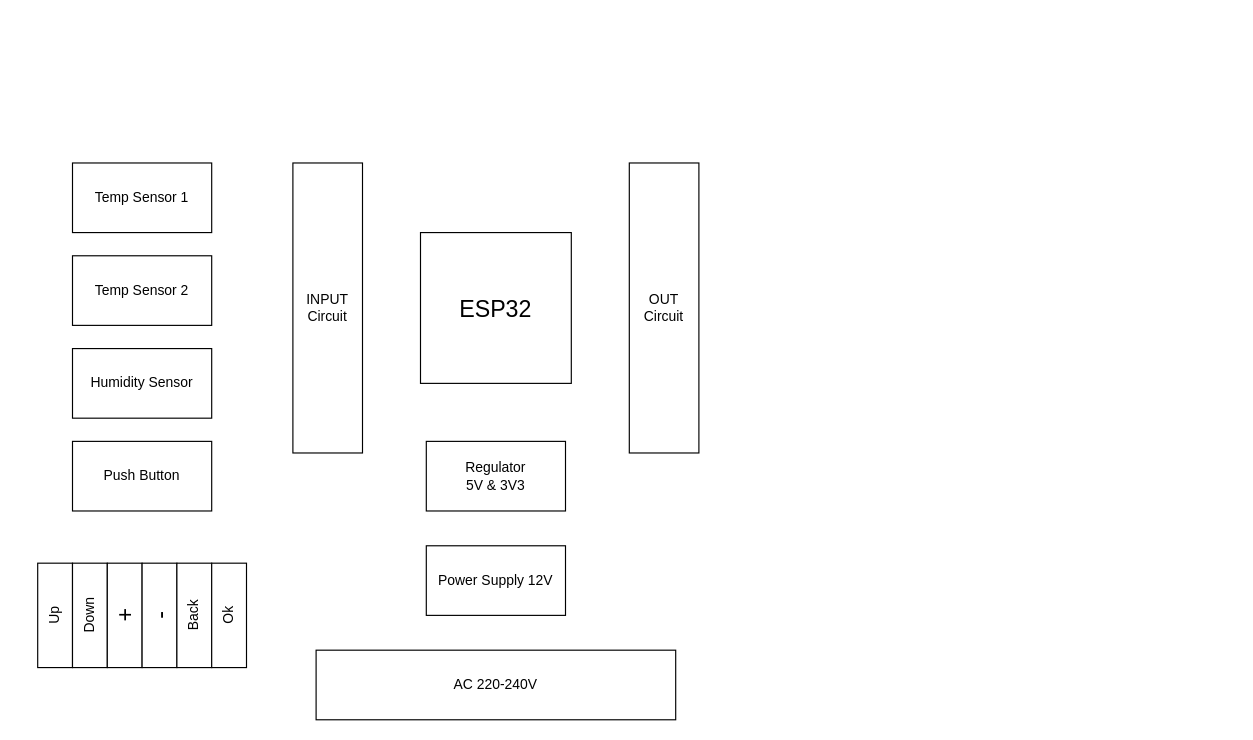
Before: Block diagram PA.drawio in aufarachman39/Flowchart-PA, a draw.io diagram. Source tidied: cells renumbered, new cells numbered last; positions are measured from the earlier drawing's top-left corner, leaving out a move shared by most shapes. Both pictures are drawn from the tidied source at 116%, with x=0, y=0 at pixel (2, 162).
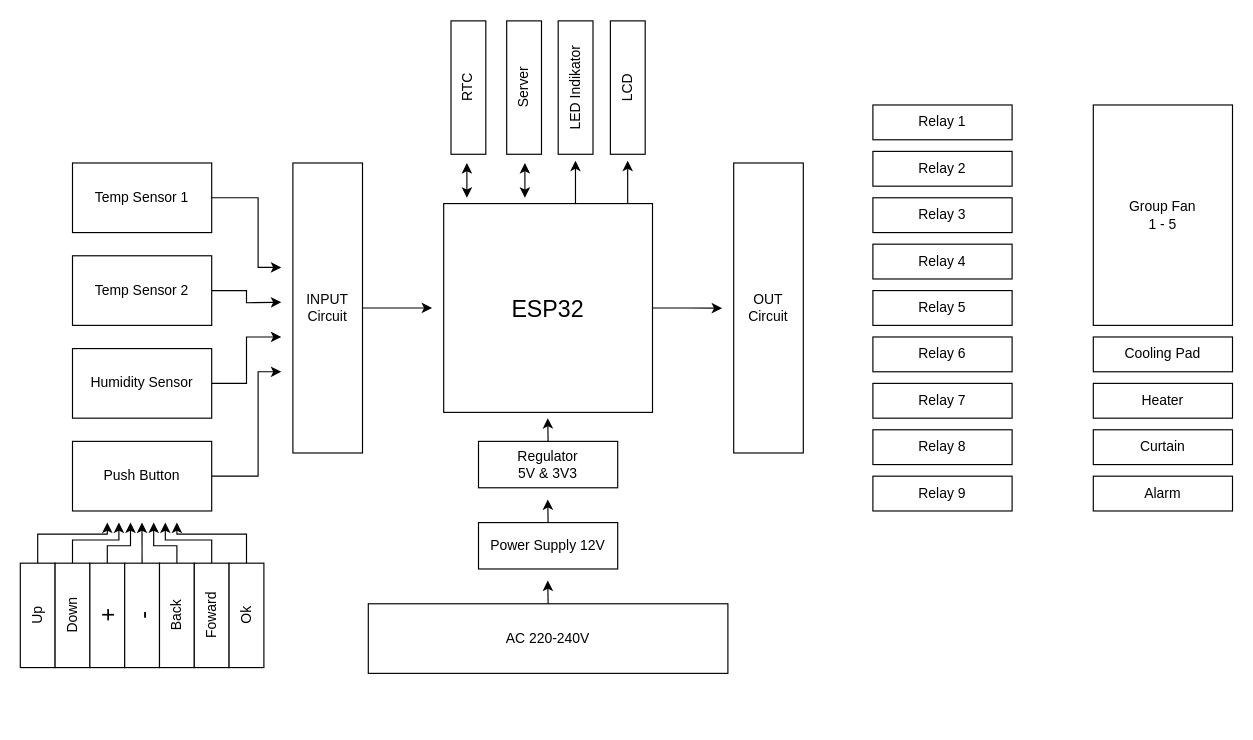
The same diagram, later.

Unchanged cells that the change refers to:
```xml
<mxCell id="4" value="&lt;div&gt;INPUT&lt;br&gt;&lt;/div&gt;Circuit" style="rounded=0;whiteSpace=wrap;html=1;" parent="1" vertex="1">
  <mxGeometry x="250" width="60" height="250" as="geometry" />
</mxCell>
<mxCell id="5" value="Temp Sensor 1" style="rounded=0;whiteSpace=wrap;html=1;" parent="1" vertex="1">
  <mxGeometry x="60" width="120" height="60" as="geometry" />
</mxCell>
<mxCell id="6" value="Temp Sensor 2" style="rounded=0;whiteSpace=wrap;html=1;" parent="1" vertex="1">
  <mxGeometry x="60" y="80" width="120" height="60" as="geometry" />
</mxCell>
<mxCell id="7" value="Humidity Sensor" style="rounded=0;whiteSpace=wrap;html=1;" parent="1" vertex="1">
  <mxGeometry x="60" y="160" width="120" height="60" as="geometry" />
</mxCell>
<mxCell id="8" value="Push Button" style="rounded=0;whiteSpace=wrap;html=1;" parent="1" vertex="1">
  <mxGeometry x="60" y="240" width="120" height="60" as="geometry" />
</mxCell>
```

Change to the diagram source:
```diff
@@
+    <mxCell id="18" style="edgeStyle=orthogonalEdgeStyle;rounded=0;jettySize=auto;html=1;exitX=1;exitY=0.5;exitDx=0;exitDy=0;" parent="1" edge="1" source="2">
+      <mxGeometry relative="1" as="geometry">
+        <mxPoint x="620" y="125.2" as="targetPoint" />
+      </mxGeometry>
+    </mxCell>
     <mxCell id="2" value="&lt;font style=&quot;font-size: 20px&quot;&gt;ESP32&lt;/font&gt;" style="whiteSpace=wrap;html=1;" parent="1" vertex="1">
-      <mxGeometry x="360" y="60" width="130" height="130" as="geometry" />
+      <mxGeometry x="380" y="35" width="180" height="180" as="geometry" />
     </mxCell>
     <mxCell id="3" value="&lt;div&gt;OUT&lt;/div&gt;Circuit" style="rounded=0;whiteSpace=wrap;html=1;" parent="1" vertex="1">
-      <mxGeometry x="540" width="60" height="250" as="geometry" />
+      <mxGeometry x="630" width="60" height="250" as="geometry" />
     </mxCell>
+    <mxCell id="19" style="edgeStyle=orthogonalEdgeStyle;rounded=0;jettySize=auto;html=1;exitX=1;exitY=0.5;exitDx=0;exitDy=0;" parent="1" edge="1" source="4">
+      <mxGeometry relative="1" as="geometry">
+        <mxPoint x="370" y="125" as="targetPoint" />
+      </mxGeometry>
+    </mxCell>
@@
+    <mxCell id="20" style="edgeStyle=orthogonalEdgeStyle;rounded=0;jettySize=auto;html=1;exitX=1;exitY=0.5;exitDx=0;exitDy=0;" parent="1" edge="1" source="5">
+      <mxGeometry relative="1" as="geometry">
+        <mxPoint x="240" y="90" as="targetPoint" />
+        <Array as="points">
+          <mxPoint x="220" y="30" />
+          <mxPoint x="220" y="90" />
+        </Array>
+      </mxGeometry>
+    </mxCell>
@@
+    <mxCell id="21" style="edgeStyle=orthogonalEdgeStyle;rounded=0;jettySize=auto;html=1;exitX=1;exitY=0.5;exitDx=0;exitDy=0;" parent="1" edge="1" source="6">
+      <mxGeometry relative="1" as="geometry">
+        <mxPoint x="240" y="120" as="targetPoint" />
+      </mxGeometry>
+    </mxCell>
@@
+    <mxCell id="22" style="edgeStyle=orthogonalEdgeStyle;rounded=0;jettySize=auto;html=1;exitX=1;exitY=0.5;exitDx=0;exitDy=0;" parent="1" edge="1" source="7">
+      <mxGeometry relative="1" as="geometry">
+        <mxPoint x="240" y="150" as="targetPoint" />
+        <Array as="points">
+          <mxPoint x="210" y="190" />
+          <mxPoint x="210" y="150" />
+          <mxPoint x="240" y="150" />
+        </Array>
+      </mxGeometry>
+    </mxCell>
@@
+    <mxCell id="23" style="edgeStyle=orthogonalEdgeStyle;rounded=0;jettySize=auto;html=1;exitX=1;exitY=0.5;exitDx=0;exitDy=0;" parent="1" edge="1" source="8">
+      <mxGeometry relative="1" as="geometry">
+        <mxPoint x="240" y="180" as="targetPoint" />
+        <Array as="points">
+          <mxPoint x="220" y="270" />
+          <mxPoint x="220" y="180" />
+          <mxPoint x="240" y="180" />
+        </Array>
+      </mxGeometry>
+    </mxCell>
@@
+    <mxCell id="24" style="edgeStyle=orthogonalEdgeStyle;rounded=0;jettySize=auto;html=1;exitX=1;exitY=0.5;exitDx=0;exitDy=0;" parent="1" edge="1" source="9">
+      <mxGeometry relative="1" as="geometry">
+        <mxPoint x="90" y="310" as="targetPoint" />
+        <Array as="points">
+          <mxPoint x="30" y="320" />
+          <mxPoint x="90" y="320" />
+        </Array>
+      </mxGeometry>
+    </mxCell>
     <mxCell id="9" value="Up" style="rounded=0;whiteSpace=wrap;html=1;rotation=-90;" parent="1" vertex="1">
-      <mxGeometry y="375" width="90" height="30" as="geometry" />
+      <mxGeometry x="-15" y="375" width="90" height="30" as="geometry" />
     </mxCell>
+    <mxCell id="25" style="edgeStyle=orthogonalEdgeStyle;rounded=0;jettySize=auto;html=1;exitX=1;exitY=0.5;exitDx=0;exitDy=0;" parent="1" edge="1" source="10">
+      <mxGeometry relative="1" as="geometry">
+        <mxPoint x="100" y="310" as="targetPoint" />
+        <Array as="points">
+          <mxPoint x="60" y="325" />
+          <mxPoint x="100" y="325" />
+        </Array>
+      </mxGeometry>
+    </mxCell>
     <mxCell id="10" value="Down" style="rounded=0;whiteSpace=wrap;html=1;rotation=-90;" parent="1" vertex="1">
-      <mxGeometry x="30" y="375" width="90" height="30" as="geometry" />
+      <mxGeometry x="15" y="375" width="90" height="30" as="geometry" />
     </mxCell>
+    <mxCell id="26" style="edgeStyle=orthogonalEdgeStyle;rounded=0;jettySize=auto;html=1;exitX=1;exitY=0.5;exitDx=0;exitDy=0;" parent="1" edge="1" source="11">
+      <mxGeometry relative="1" as="geometry">
+        <mxPoint x="110" y="310" as="targetPoint" />
+        <Array as="points">
+          <mxPoint x="90" y="330" />
+          <mxPoint x="110" y="330" />
+        </Array>
+      </mxGeometry>
+    </mxCell>
     <mxCell id="11" value="&lt;font style=&quot;font-size: 20px&quot;&gt;+&lt;/font&gt;" style="rounded=0;whiteSpace=wrap;html=1;rotation=-90;" parent="1" vertex="1">
-      <mxGeometry x="60" y="375" width="90" height="30" as="geometry" />
+      <mxGeometry x="45" y="375" width="90" height="30" as="geometry" />
     </mxCell>
+    <mxCell id="27" style="edgeStyle=orthogonalEdgeStyle;rounded=0;jettySize=auto;html=1;exitX=1;exitY=0.5;exitDx=0;exitDy=0;" parent="1" edge="1" source="12">
+      <mxGeometry relative="1" as="geometry">
+        <mxPoint x="119.9" y="310" as="targetPoint" />
+      </mxGeometry>
+    </mxCell>
     <mxCell id="12" value="&lt;font style=&quot;font-size: 20px&quot;&gt;-&lt;/font&gt;" style="rounded=0;whiteSpace=wrap;html=1;rotation=-90;" parent="1" vertex="1">
-      <mxGeometry x="90" y="375" width="90" height="30" as="geometry" />
+      <mxGeometry x="75" y="375" width="90" height="30" as="geometry" />
     </mxCell>
+    <mxCell id="28" style="edgeStyle=orthogonalEdgeStyle;rounded=0;jettySize=auto;html=1;exitX=1;exitY=0.5;exitDx=0;exitDy=0;" parent="1" edge="1" source="13">
+      <mxGeometry relative="1" as="geometry">
+        <mxPoint x="130" y="310" as="targetPoint" />
+        <Array as="points">
+          <mxPoint x="150" y="330" />
+          <mxPoint x="130" y="330" />
+        </Array>
+      </mxGeometry>
+    </mxCell>
     <mxCell id="13" value="Back" style="rounded=0;whiteSpace=wrap;html=1;rotation=-90;" parent="1" vertex="1">
-      <mxGeometry x="120" y="375" width="90" height="30" as="geometry" />
+      <mxGeometry x="105" y="375" width="90" height="30" as="geometry" />
     </mxCell>
+    <mxCell id="29" style="edgeStyle=orthogonalEdgeStyle;rounded=0;jettySize=auto;html=1;exitX=1;exitY=0.5;exitDx=0;exitDy=0;" parent="1" edge="1" source="14">
+      <mxGeometry relative="1" as="geometry">
+        <mxPoint x="140" y="310" as="targetPoint" />
+        <Array as="points">
+          <mxPoint x="180" y="325" />
+          <mxPoint x="140" y="325" />
+        </Array>
+      </mxGeometry>
+    </mxCell>
-    <mxCell id="14" value="Ok" style="rounded=0;whiteSpace=wrap;html=1;rotation=-90;" parent="1" vertex="1">
-      <mxGeometry x="150" y="375" width="90" height="30" as="geometry" />
+    <mxCell id="14" value="Foward" style="rounded=0;whiteSpace=wrap;html=1;rotation=-90;" parent="1" vertex="1">
+      <mxGeometry x="135" y="375" width="90" height="30" as="geometry" />
     </mxCell>
+    <mxCell id="30" style="edgeStyle=orthogonalEdgeStyle;rounded=0;jettySize=auto;html=1;exitX=0.5;exitY=0;exitDx=0;exitDy=0;" parent="1" edge="1" source="15">
+      <mxGeometry relative="1" as="geometry">
+        <mxPoint x="469.7" y="360" as="targetPoint" />
+      </mxGeometry>
+    </mxCell>
     <mxCell id="15" value="AC 220-240V" style="rounded=0;whiteSpace=wrap;html=1;" parent="1" vertex="1">
-      <mxGeometry x="270" y="420" width="310" height="60" as="geometry" />
+      <mxGeometry x="315" y="380" width="310" height="60" as="geometry" />
     </mxCell>
+    <mxCell id="31" style="edgeStyle=orthogonalEdgeStyle;rounded=0;jettySize=auto;html=1;exitX=0.5;exitY=0;exitDx=0;exitDy=0;" parent="1" edge="1" source="16">
+      <mxGeometry relative="1" as="geometry">
+        <mxPoint x="469.7" y="220" as="targetPoint" />
+      </mxGeometry>
+    </mxCell>
     <mxCell id="16" value="&lt;div&gt;Regulator&lt;/div&gt;&lt;div&gt;5V &amp;amp; 3V3&lt;br&gt;&lt;/div&gt;" style="rounded=0;whiteSpace=wrap;html=1;" parent="1" vertex="1">
-      <mxGeometry x="365" y="240" width="120" height="60" as="geometry" />
+      <mxGeometry x="410" y="240" width="120" height="40" as="geometry" />
     </mxCell>
+    <mxCell id="32" style="edgeStyle=orthogonalEdgeStyle;rounded=0;jettySize=auto;html=1;exitX=0.5;exitY=0;exitDx=0;exitDy=0;" parent="1" edge="1" source="17">
+      <mxGeometry relative="1" as="geometry">
+        <mxPoint x="469.7" y="290" as="targetPoint" />
+      </mxGeometry>
+    </mxCell>
     <mxCell id="17" value="Power Supply 12V" style="rounded=0;whiteSpace=wrap;html=1;" parent="1" vertex="1">
-      <mxGeometry x="365" y="330" width="120" height="60" as="geometry" />
+      <mxGeometry x="410" y="310" width="120" height="40" as="geometry" />
     </mxCell>
+    <mxCell id="33" value="Relay 1" style="rounded=0;whiteSpace=wrap;html=1;" parent="1" vertex="1">
+      <mxGeometry x="750" y="-50" width="120" height="30" as="geometry" />
+    </mxCell>
+    <mxCell id="34" value="Relay 2" style="rounded=0;whiteSpace=wrap;html=1;" parent="1" vertex="1">
+      <mxGeometry x="750" y="-10" width="120" height="30" as="geometry" />
+    </mxCell>
+    <mxCell id="35" value="Relay 3" style="rounded=0;whiteSpace=wrap;html=1;" parent="1" vertex="1">
+      <mxGeometry x="750" y="30" width="120" height="30" as="geometry" />
+    </mxCell>
+    <mxCell id="36" value="Relay 4" style="rounded=0;whiteSpace=wrap;html=1;" parent="1" vertex="1">
+      <mxGeometry x="750" y="70" width="120" height="30" as="geometry" />
+    </mxCell>
+    <mxCell id="37" value="Relay 5" style="rounded=0;whiteSpace=wrap;html=1;" parent="1" vertex="1">
+      <mxGeometry x="750" y="110" width="120" height="30" as="geometry" />
+    </mxCell>
+    <mxCell id="38" value="Relay 6" style="rounded=0;whiteSpace=wrap;html=1;" parent="1" vertex="1">
+      <mxGeometry x="750" y="150" width="120" height="30" as="geometry" />
+    </mxCell>
+    <mxCell id="39" value="Relay 7" style="rounded=0;whiteSpace=wrap;html=1;" parent="1" vertex="1">
+      <mxGeometry x="750" y="190" width="120" height="30" as="geometry" />
+    </mxCell>
+    <mxCell id="40" value="Relay 8" style="rounded=0;whiteSpace=wrap;html=1;" parent="1" vertex="1">
+      <mxGeometry x="750" y="230" width="120" height="30" as="geometry" />
+    </mxCell>
+    <mxCell id="41" value="Relay 9" style="rounded=0;whiteSpace=wrap;html=1;" parent="1" vertex="1">
+      <mxGeometry x="750" y="270" width="120" height="30" as="geometry" />
+    </mxCell>
+    <mxCell id="42" value="&lt;div&gt;Group Fan&lt;/div&gt;1 - 5" style="rounded=0;whiteSpace=wrap;html=1;" parent="1" vertex="1">
+      <mxGeometry x="940" y="-50" width="120" height="190" as="geometry" />
+    </mxCell>
+    <mxCell id="43" value="Cooling Pad" style="rounded=0;whiteSpace=wrap;html=1;" parent="1" vertex="1">
+      <mxGeometry x="940" y="150" width="120" height="30" as="geometry" />
+    </mxCell>
+    <mxCell id="44" value="Heater" style="rounded=0;whiteSpace=wrap;html=1;" parent="1" vertex="1">
+      <mxGeometry x="940" y="190" width="120" height="30" as="geometry" />
+    </mxCell>
+    <mxCell id="45" value="Curtain" style="rounded=0;whiteSpace=wrap;html=1;" parent="1" vertex="1">
+      <mxGeometry x="940" y="230" width="120" height="30" as="geometry" />
+    </mxCell>
+    <mxCell id="46" value="Alarm" style="rounded=0;whiteSpace=wrap;html=1;" parent="1" vertex="1">
+      <mxGeometry x="940" y="270" width="120" height="30" as="geometry" />
+    </mxCell>
+    <mxCell id="47" style="edgeStyle=orthogonalEdgeStyle;rounded=0;jettySize=auto;html=1;exitX=1;exitY=0.5;exitDx=0;exitDy=0;" parent="1" edge="1" source="48">
+      <mxGeometry relative="1" as="geometry">
+        <mxPoint x="150" y="310" as="targetPoint" />
+        <Array as="points">
+          <mxPoint x="210" y="320" />
+          <mxPoint x="150" y="320" />
+        </Array>
+      </mxGeometry>
+    </mxCell>
+    <mxCell id="48" value="Ok" style="rounded=0;whiteSpace=wrap;html=1;rotation=-90;" parent="1" vertex="1">
+      <mxGeometry x="165" y="375" width="90" height="30" as="geometry" />
+    </mxCell>
+    <mxCell id="49" value="LCD" style="rounded=0;whiteSpace=wrap;html=1;rotation=-90;" parent="1" vertex="1">
+      <mxGeometry x="481.2" y="-80" width="115" height="30" as="geometry" />
+    </mxCell>
+    <mxCell id="50" value="LED Indikator" style="rounded=0;whiteSpace=wrap;html=1;rotation=-90;" parent="1" vertex="1">
+      <mxGeometry x="436.2" y="-80" width="115" height="30" as="geometry" />
+    </mxCell>
+    <mxCell id="51" value="Server" style="rounded=0;whiteSpace=wrap;html=1;rotation=-90;" parent="1" vertex="1">
+      <mxGeometry x="391.8" y="-80" width="115" height="30" as="geometry" />
+    </mxCell>
+    <mxCell id="52" value="RTC" style="rounded=0;whiteSpace=wrap;html=1;rotation=-90;" parent="1" vertex="1">
+      <mxGeometry x="343.8" y="-80" width="115" height="30" as="geometry" />
+    </mxCell>
+    <mxCell id="53" style="endArrow=classic;startArrow=classic;html=1;" parent="1" edge="1">
+      <mxGeometry relative="1" as="geometry">
+        <mxPoint x="400" y="30" as="sourcePoint" />
+        <mxPoint x="400" as="targetPoint" />
+      </mxGeometry>
+    </mxCell>
+    <mxCell id="54" style="endArrow=classic;startArrow=classic;html=1;" parent="1" edge="1">
+      <mxGeometry relative="1" as="geometry">
+        <mxPoint x="450" y="30" as="sourcePoint" />
+        <mxPoint x="450" as="targetPoint" />
+      </mxGeometry>
+    </mxCell>
+    <mxCell id="55" style="endArrow=classic;html=1;" parent="1" edge="1">
+      <mxGeometry relative="1" as="geometry">
+        <mxPoint x="493.6" y="35" as="sourcePoint" />
+        <mxPoint x="493.6" y="-2" as="targetPoint" />
+      </mxGeometry>
+    </mxCell>
+    <mxCell id="56" style="endArrow=classic;html=1;" parent="1" edge="1">
+      <mxGeometry relative="1" as="geometry">
+        <mxPoint x="538.6" y="35" as="sourcePoint" />
+        <mxPoint x="538.6" y="-2" as="targetPoint" />
+      </mxGeometry>
+    </mxCell>
```
